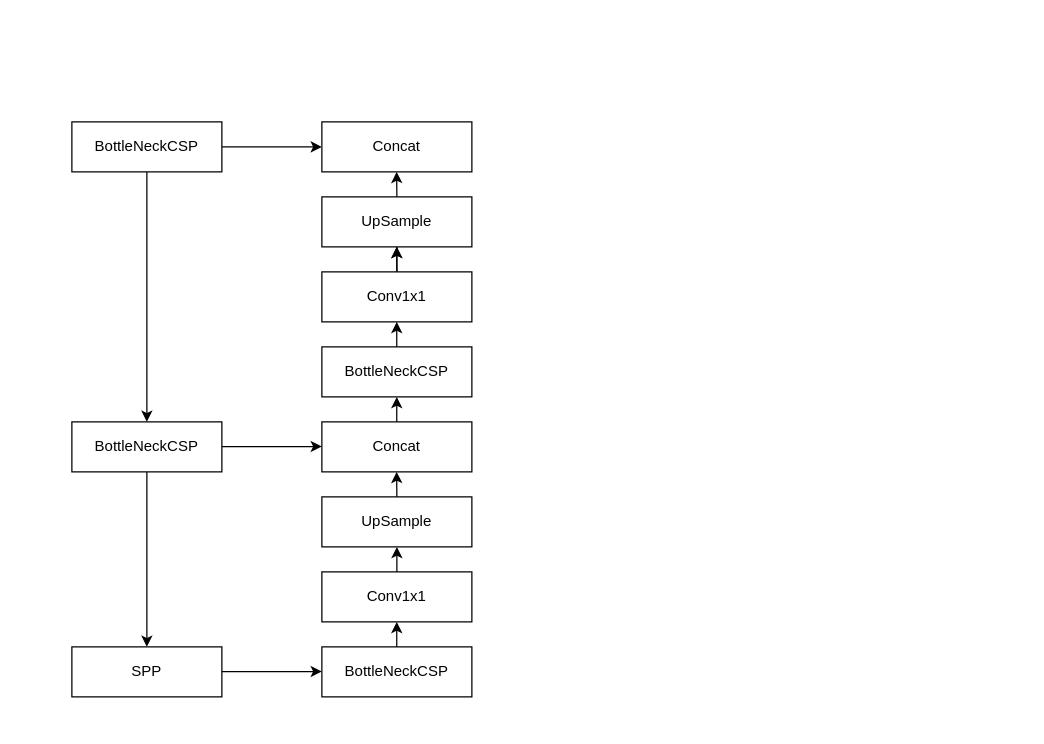
semihhdemirel/semihhdemirel keeps this draw.io diagram as Untitled Diagram.drawio. Above is the earlier version. Source tidied: cells renumbered, new cells numbered last; positions are measured from the earlier drawing's top-left corner, leaving out a move shared by most shapes. Both pictures are drawn from the tidied source at 125%, with x=0, y=0 at pixel (71, 121).
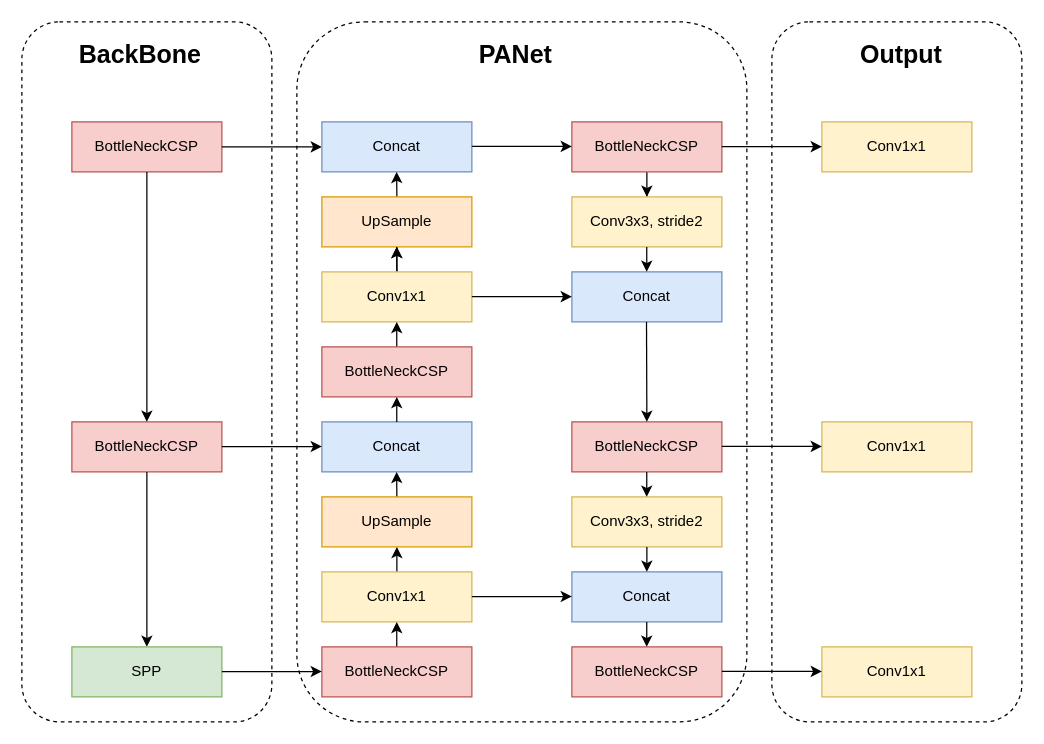
The same page after the edit.

The edit, as a diff of the source:
```diff
@@
-    <mxCell id="2" value="BottleNeckCSP" style="rounded=0;whiteSpace=wrap;html=1;" parent="1" vertex="1">
+    <mxCell id="2" value="BottleNeckCSP" style="rounded=0;whiteSpace=wrap;html=1;fillColor=#f8cecc;strokeColor=#b85450;" parent="1" vertex="1">
       <mxGeometry width="120" height="40" as="geometry" />
     </mxCell>
-    <mxCell id="3" value="BottleNeckCSP" style="rounded=0;whiteSpace=wrap;html=1;" parent="1" vertex="1">
+    <mxCell id="3" value="BottleNeckCSP" style="rounded=0;whiteSpace=wrap;html=1;fillColor=#f8cecc;strokeColor=#b85450;" parent="1" vertex="1">
       <mxGeometry y="240" width="120" height="40" as="geometry" />
     </mxCell>
@@
     <mxCell id="5" style="endArrow=classic;html=1;rounded=0;exitX=1;exitY=0.5;exitDx=0;exitDy=0;" parent="1" edge="1" source="2">
       <mxGeometry relative="1" as="geometry">
         <mxPoint x="200" y="20" as="targetPoint" />
+        <Array as="points">
+          <mxPoint x="170" y="20" />
+        </Array>
       </mxGeometry>
     </mxCell>
-    <mxCell id="6" value="Concat" style="rounded=0;whiteSpace=wrap;html=1;" parent="1" vertex="1">
+    <mxCell id="6" value="Concat" style="rounded=0;whiteSpace=wrap;html=1;fillColor=#dae8fc;strokeColor=#6c8ebf;" parent="1" vertex="1">
       <mxGeometry x="200" width="120" height="40" as="geometry" />
     </mxCell>
@@
-    <mxCell id="8" value="UpSample" style="rounded=0;whiteSpace=wrap;html=1;" parent="1" vertex="1">
+    <mxCell id="8" value="UpSample" style="rounded=0;whiteSpace=wrap;html=1;fillColor=#ffe6cc;strokeColor=#d79b00;" parent="1" vertex="1">
       <mxGeometry x="200" y="60" width="120" height="40" as="geometry" />
     </mxCell>
@@
-    <mxCell id="11" value="Conv1x1" style="rounded=0;whiteSpace=wrap;html=1;" parent="1" vertex="1">
+    <mxCell id="11" value="Conv1x1" style="rounded=0;whiteSpace=wrap;html=1;fillColor=#fff2cc;strokeColor=#d6b656;" parent="1" vertex="1">
       <mxGeometry x="200" y="120" width="120" height="40" as="geometry" />
     </mxCell>
@@
-    <mxCell id="13" value="BottleNeckCSP" style="rounded=0;whiteSpace=wrap;html=1;" parent="1" vertex="1">
+    <mxCell id="13" value="BottleNeckCSP" style="rounded=0;whiteSpace=wrap;html=1;fillColor=#f8cecc;strokeColor=#b85450;" parent="1" vertex="1">
       <mxGeometry x="200" y="180" width="120" height="40" as="geometry" />
     </mxCell>
-    <mxCell id="14" value="Concat" style="rounded=0;whiteSpace=wrap;html=1;" parent="1" vertex="1">
+    <mxCell id="14" value="Concat" style="rounded=0;whiteSpace=wrap;html=1;fillColor=#dae8fc;strokeColor=#6c8ebf;" parent="1" vertex="1">
       <mxGeometry x="200" y="240" width="120" height="40" as="geometry" />
     </mxCell>
@@
-    <mxCell id="18" value="UpSample" style="rounded=0;whiteSpace=wrap;html=1;" parent="1" vertex="1">
+    <mxCell id="18" value="UpSample" style="rounded=0;whiteSpace=wrap;html=1;fillColor=#ffe6cc;strokeColor=#d79b00;" parent="1" vertex="1">
       <mxGeometry x="200" y="300" width="120" height="40" as="geometry" />
     </mxCell>
@@
-    <mxCell id="20" value="Conv1x1" style="rounded=0;whiteSpace=wrap;html=1;" parent="1" vertex="1">
+    <mxCell id="20" value="Conv1x1" style="rounded=0;whiteSpace=wrap;html=1;fillColor=#fff2cc;strokeColor=#d6b656;" parent="1" vertex="1">
       <mxGeometry x="200" y="360" width="120" height="40" as="geometry" />
     </mxCell>
@@
-    <mxCell id="22" value="BottleNeckCSP" style="rounded=0;whiteSpace=wrap;html=1;" parent="1" vertex="1">
+    <mxCell id="22" value="BottleNeckCSP" style="rounded=0;whiteSpace=wrap;html=1;fillColor=#f8cecc;strokeColor=#b85450;" parent="1" vertex="1">
       <mxGeometry x="200" y="420" width="120" height="40" as="geometry" />
     </mxCell>
@@
-    <mxCell id="24" value="SPP" style="rounded=0;whiteSpace=wrap;html=1;" parent="1" vertex="1">
+    <mxCell id="24" value="SPP" style="rounded=0;whiteSpace=wrap;html=1;fillColor=#d5e8d4;strokeColor=#82b366;" parent="1" vertex="1">
       <mxGeometry y="420" width="120" height="40" as="geometry" />
     </mxCell>
@@
+    <mxCell id="26" style="edgeStyle=orthogonalEdgeStyle;rounded=0;jettySize=auto;html=1;" parent="1" edge="1" source="27" target="29">
+      <mxGeometry relative="1" as="geometry" />
+    </mxCell>
+    <mxCell id="27" value="BottleNeckCSP" style="rounded=0;whiteSpace=wrap;html=1;fillColor=#f8cecc;strokeColor=#b85450;" parent="1" vertex="1">
+      <mxGeometry x="400" width="120" height="40" as="geometry" />
+    </mxCell>
+    <mxCell id="28" style="endArrow=classic;html=1;rounded=0;exitX=1;exitY=0.5;exitDx=0;exitDy=0;" parent="1" edge="1">
+      <mxGeometry relative="1" as="geometry">
+        <mxPoint x="320" y="19.6" as="sourcePoint" />
+        <mxPoint x="400" y="19.6" as="targetPoint" />
+        <Array as="points">
+          <mxPoint x="370" y="19.6" />
+        </Array>
+      </mxGeometry>
+    </mxCell>
+    <mxCell id="29" value="Conv3x3, stride2" style="rounded=0;whiteSpace=wrap;html=1;fillColor=#fff2cc;strokeColor=#d6b656;" parent="1" vertex="1">
+      <mxGeometry x="400" y="60" width="120" height="40" as="geometry" />
+    </mxCell>
+    <mxCell id="30" value="Concat" style="rounded=0;whiteSpace=wrap;html=1;fillColor=#dae8fc;strokeColor=#6c8ebf;" parent="1" vertex="1">
+      <mxGeometry x="400" y="120" width="120" height="40" as="geometry" />
+    </mxCell>
+    <mxCell id="31" style="edgeStyle=orthogonalEdgeStyle;rounded=0;orthogonalLoop=1;jettySize=auto;html=1;" parent="1" edge="1">
+      <mxGeometry relative="1" as="geometry">
+        <mxPoint x="459.9" y="100" as="sourcePoint" />
+        <mxPoint x="459.9" y="120" as="targetPoint" />
+      </mxGeometry>
+    </mxCell>
+    <mxCell id="32" value="BottleNeckCSP" style="rounded=0;whiteSpace=wrap;html=1;fillColor=#f8cecc;strokeColor=#b85450;" parent="1" vertex="1">
+      <mxGeometry x="400" y="240" width="120" height="40" as="geometry" />
+    </mxCell>
+    <mxCell id="33" style="endArrow=classic;html=1;rounded=0;exitX=0.5;exitY=1;exitDx=0;exitDy=0;entryX=0.5;entryY=0;entryDx=0;entryDy=0;" parent="1" edge="1" target="32">
+      <mxGeometry relative="1" as="geometry">
+        <mxPoint x="459.7" y="160" as="sourcePoint" />
+      </mxGeometry>
+    </mxCell>
+    <mxCell id="34" value="Conv3x3, stride2" style="rounded=0;whiteSpace=wrap;html=1;fillColor=#fff2cc;strokeColor=#d6b656;" parent="1" vertex="1">
+      <mxGeometry x="400" y="300" width="120" height="40" as="geometry" />
+    </mxCell>
+    <mxCell id="35" style="edgeStyle=orthogonalEdgeStyle;rounded=0;orthogonalLoop=1;jettySize=auto;html=1;" parent="1" edge="1">
+      <mxGeometry relative="1" as="geometry">
+        <mxPoint x="459.9" y="280" as="sourcePoint" />
+        <mxPoint x="459.9" y="300" as="targetPoint" />
+      </mxGeometry>
+    </mxCell>
+    <mxCell id="36" value="Concat" style="rounded=0;whiteSpace=wrap;html=1;fillColor=#dae8fc;strokeColor=#6c8ebf;" parent="1" vertex="1">
+      <mxGeometry x="400" y="360" width="120" height="40" as="geometry" />
+    </mxCell>
+    <mxCell id="37" style="edgeStyle=orthogonalEdgeStyle;rounded=0;orthogonalLoop=1;jettySize=auto;html=1;" parent="1" edge="1">
+      <mxGeometry relative="1" as="geometry">
+        <mxPoint x="460" y="340" as="sourcePoint" />
+        <mxPoint x="460" y="360" as="targetPoint" />
+      </mxGeometry>
+    </mxCell>
+    <mxCell id="38" value="BottleNeckCSP" style="rounded=0;whiteSpace=wrap;html=1;fillColor=#f8cecc;strokeColor=#b85450;" parent="1" vertex="1">
+      <mxGeometry x="400" y="420" width="120" height="40" as="geometry" />
+    </mxCell>
+    <mxCell id="39" style="edgeStyle=orthogonalEdgeStyle;rounded=0;orthogonalLoop=1;jettySize=auto;html=1;" parent="1" edge="1">
+      <mxGeometry relative="1" as="geometry">
+        <mxPoint x="459.9" y="400" as="sourcePoint" />
+        <mxPoint x="459.9" y="420" as="targetPoint" />
+      </mxGeometry>
+    </mxCell>
+    <mxCell id="40" style="endArrow=classic;html=1;rounded=0;exitX=1;exitY=0.5;exitDx=0;exitDy=0;" parent="1" edge="1">
+      <mxGeometry relative="1" as="geometry">
+        <mxPoint x="320" y="139.8" as="sourcePoint" />
+        <mxPoint x="400" y="139.8" as="targetPoint" />
+        <Array as="points">
+          <mxPoint x="370" y="139.8" />
+        </Array>
+      </mxGeometry>
+    </mxCell>
+    <mxCell id="41" style="endArrow=classic;html=1;rounded=0;exitX=1;exitY=0.5;exitDx=0;exitDy=0;" parent="1" edge="1">
+      <mxGeometry relative="1" as="geometry">
+        <mxPoint x="320" y="379.7" as="sourcePoint" />
+        <mxPoint x="400" y="379.7" as="targetPoint" />
+        <Array as="points">
+          <mxPoint x="370" y="379.7" />
+        </Array>
+      </mxGeometry>
+    </mxCell>
+    <mxCell id="42" value="Conv1x1" style="rounded=0;whiteSpace=wrap;html=1;fillColor=#fff2cc;strokeColor=#d6b656;" parent="1" vertex="1">
+      <mxGeometry x="600" width="120" height="40" as="geometry" />
+    </mxCell>
+    <mxCell id="43" style="endArrow=classic;html=1;rounded=0;exitX=1;exitY=0.5;exitDx=0;exitDy=0;" parent="1" edge="1">
+      <mxGeometry relative="1" as="geometry">
+        <mxPoint x="520" y="19.8" as="sourcePoint" />
+        <mxPoint x="600" y="19.8" as="targetPoint" />
+        <Array as="points">
+          <mxPoint x="570" y="19.8" />
+        </Array>
+      </mxGeometry>
+    </mxCell>
+    <mxCell id="44" value="Conv1x1" style="rounded=0;whiteSpace=wrap;html=1;fillColor=#fff2cc;strokeColor=#d6b656;" parent="1" vertex="1">
+      <mxGeometry x="600" y="240" width="120" height="40" as="geometry" />
+    </mxCell>
+    <mxCell id="45" style="endArrow=classic;html=1;rounded=0;exitX=1;exitY=0.5;exitDx=0;exitDy=0;" parent="1" edge="1">
+      <mxGeometry relative="1" as="geometry">
+        <mxPoint x="520" y="259.6" as="sourcePoint" />
+        <mxPoint x="600" y="259.6" as="targetPoint" />
+        <Array as="points">
+          <mxPoint x="570" y="259.6" />
+        </Array>
+      </mxGeometry>
+    </mxCell>
+    <mxCell id="46" value="Conv1x1" style="rounded=0;whiteSpace=wrap;html=1;fillColor=#fff2cc;strokeColor=#d6b656;" parent="1" vertex="1">
+      <mxGeometry x="600" y="420" width="120" height="40" as="geometry" />
+    </mxCell>
+    <mxCell id="47" style="endArrow=classic;html=1;rounded=0;exitX=1;exitY=0.5;exitDx=0;exitDy=0;" parent="1" edge="1">
+      <mxGeometry relative="1" as="geometry">
+        <mxPoint x="520" y="439.6" as="sourcePoint" />
+        <mxPoint x="600" y="439.6" as="targetPoint" />
+        <Array as="points">
+          <mxPoint x="570" y="439.6" />
+        </Array>
+      </mxGeometry>
+    </mxCell>
+    <mxCell id="48" style="rounded=1;whiteSpace=wrap;html=1;fillColor=none;dashed=1;" parent="1" vertex="1">
+      <mxGeometry x="-40" y="-80" width="200" height="560" as="geometry" />
+    </mxCell>
+    <mxCell id="49" value="&lt;b&gt;&lt;font style=&quot;font-size: 20px;&quot;&gt;BackBone&lt;/font&gt;&lt;/b&gt;" style="text;strokeColor=none;fillColor=none;align=left;verticalAlign=middle;spacingLeft=4;spacingRight=4;overflow=hidden;whiteSpace=wrap;html=1;" parent="1" vertex="1">
+      <mxGeometry y="-70" width="140" height="30" as="geometry" />
+    </mxCell>
+    <mxCell id="50" style="rounded=1;whiteSpace=wrap;html=1;fillColor=none;dashed=1;" parent="1" vertex="1">
+      <mxGeometry x="180" y="-80" width="360" height="560" as="geometry" />
+    </mxCell>
+    <mxCell id="51" value="&lt;b&gt;&lt;font style=&quot;font-size: 20px;&quot;&gt;PANet&lt;/font&gt;&lt;/b&gt;" style="text;strokeColor=none;fillColor=none;align=left;verticalAlign=middle;spacingLeft=4;spacingRight=4;overflow=hidden;whiteSpace=wrap;html=1;" parent="1" vertex="1">
+      <mxGeometry x="320" y="-70" width="70" height="30" as="geometry" />
+    </mxCell>
+    <mxCell id="52" style="rounded=1;whiteSpace=wrap;html=1;fillColor=none;dashed=1;" parent="1" vertex="1">
+      <mxGeometry x="560" y="-80" width="200" height="560" as="geometry" />
+    </mxCell>
+    <mxCell id="53" value="&lt;b&gt;&lt;font style=&quot;font-size: 20px;&quot;&gt;Output&lt;/font&gt;&lt;/b&gt;" style="text;strokeColor=none;fillColor=none;align=left;verticalAlign=middle;spacingLeft=4;spacingRight=4;overflow=hidden;whiteSpace=wrap;html=1;" parent="1" vertex="1">
+      <mxGeometry x="625" y="-70" width="85" height="30" as="geometry" />
+    </mxCell>
```
